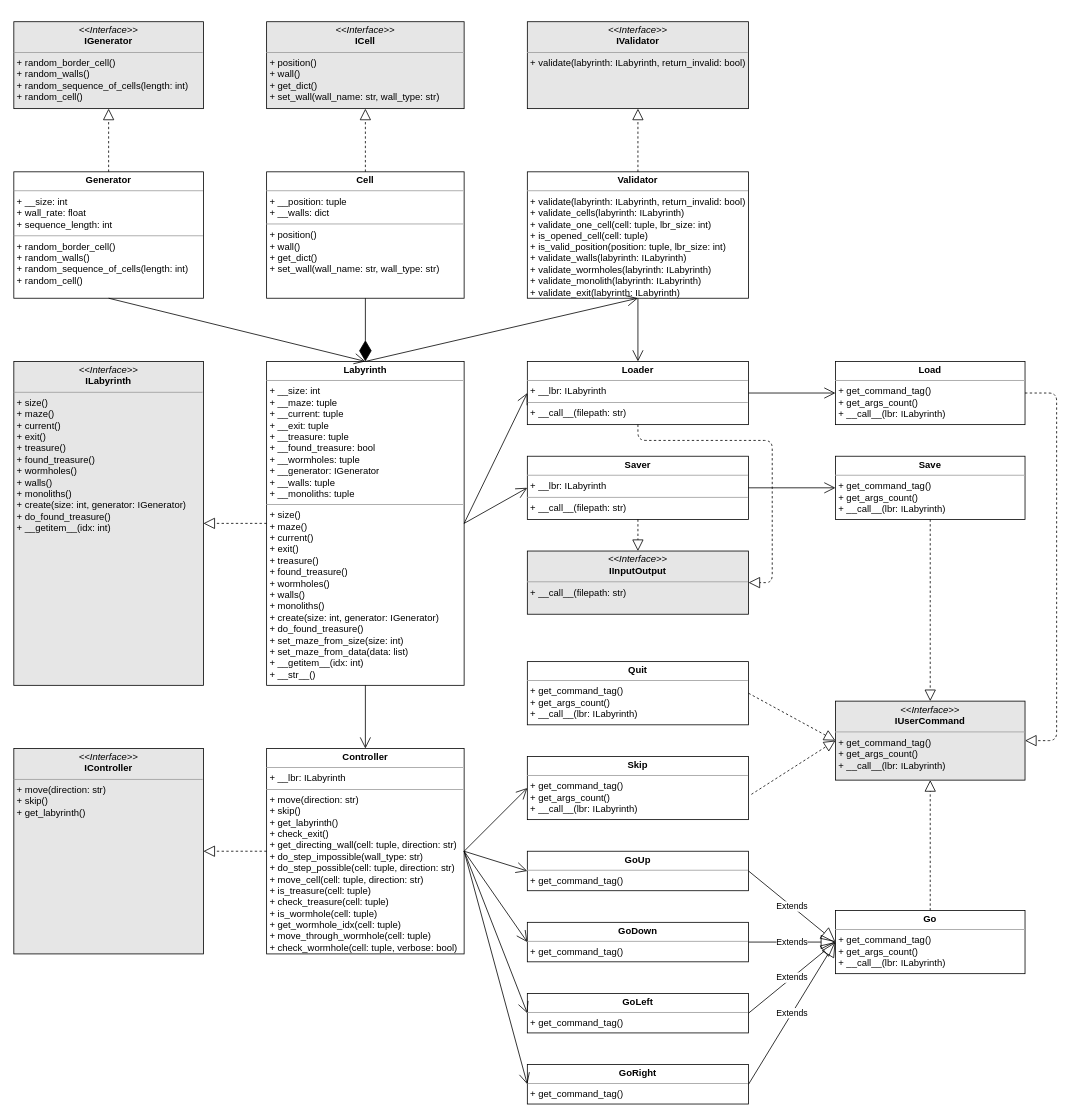
The draw.io diagram Labyrinth/artifacts/Labyrinth_Class_Diagram.drawio in khueluu/SE, before the edit. Source tidied: cells renumbered, new cells numbered last; positions are measured from the earlier drawing's top-left corner, leaving out a move shared by most shapes. Both pictures are drawn from the tidied source at 79%, with x=0, y=0 at pixel (13, 21).
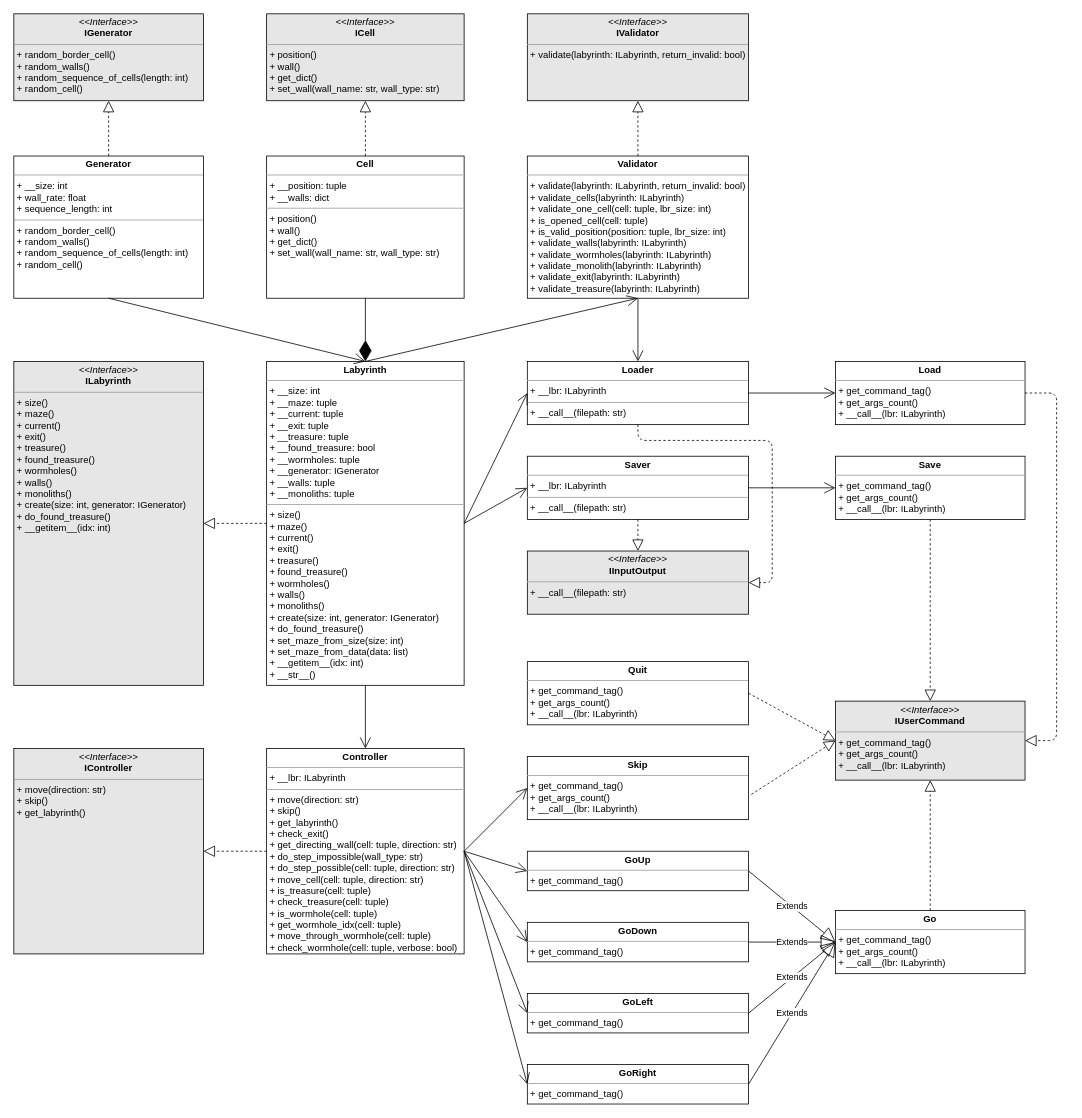
The same page after the edit.

Commit message (it also covers changes not shown here):
add validate_treasure() to Validator

Diff of the diagram source:
```diff
@@
     <mxCell id="2" value="&lt;p style=&quot;margin: 0px ; margin-top: 4px ; text-align: center&quot;&gt;&lt;b&gt;Cell&lt;/b&gt;&lt;/p&gt;&lt;hr size=&quot;1&quot;&gt;&lt;p style=&quot;margin: 0px ; margin-left: 4px&quot;&gt;+ __position: tuple&lt;/p&gt;&lt;p style=&quot;margin: 0px ; margin-left: 4px&quot;&gt;+ __walls: dict&lt;/p&gt;&lt;hr size=&quot;1&quot;&gt;&lt;p style=&quot;margin: 0px ; margin-left: 4px&quot;&gt;+ position()&lt;/p&gt;&lt;p style=&quot;margin: 0px ; margin-left: 4px&quot;&gt;+ wall()&lt;/p&gt;&lt;p style=&quot;margin: 0px ; margin-left: 4px&quot;&gt;+ get_dict()&lt;/p&gt;&lt;p style=&quot;margin: 0px ; margin-left: 4px&quot;&gt;+ set_wall(wall_name: str, wall_type: str)&lt;/p&gt;" style="verticalAlign=top;align=left;overflow=fill;fontSize=12;fontFamily=Helvetica;html=1;" parent="1" vertex="1">
-      <mxGeometry x="320" y="190" width="250" height="160" as="geometry" />
+      <mxGeometry x="320" y="170" width="250" height="180" as="geometry" />
     </mxCell>
@@
     <mxCell id="4" value="&lt;p style=&quot;margin: 0px ; margin-top: 4px ; text-align: center&quot;&gt;&lt;i&gt;&amp;lt;&amp;lt;Interface&amp;gt;&amp;gt;&lt;/i&gt;&lt;br&gt;&lt;b&gt;ICell&lt;/b&gt;&lt;/p&gt;&lt;hr size=&quot;1&quot;&gt;&lt;p style=&quot;margin: 0px 0px 0px 4px&quot;&gt;&lt;span&gt;+ position()&lt;/span&gt;&lt;br&gt;&lt;/p&gt;&lt;p style=&quot;margin: 0px 0px 0px 4px&quot;&gt;+ wall()&lt;/p&gt;&lt;p style=&quot;margin: 0px 0px 0px 4px&quot;&gt;+ get_dict()&lt;/p&gt;&lt;p style=&quot;margin: 0px 0px 0px 4px&quot;&gt;+ set_wall(wall_name: str, wall_type: str)&lt;/p&gt;" style="verticalAlign=top;align=left;overflow=fill;fontSize=12;fontFamily=Helvetica;html=1;fillColor=#E6E6E6;" parent="1" vertex="1">
-      <mxGeometry x="320" width="250" height="110" as="geometry" />
+      <mxGeometry x="320" y="-10" width="250" height="110" as="geometry" />
     </mxCell>
@@
     <mxCell id="6" value="&lt;p style=&quot;margin: 0px ; margin-top: 4px ; text-align: center&quot;&gt;&lt;i&gt;&amp;lt;&amp;lt;Interface&amp;gt;&amp;gt;&lt;/i&gt;&lt;br&gt;&lt;b&gt;IGenerator&lt;/b&gt;&lt;/p&gt;&lt;hr size=&quot;1&quot;&gt;&lt;p style=&quot;margin: 0px 0px 0px 4px&quot;&gt;&lt;span&gt;+ random_border_cell()&lt;/span&gt;&lt;br&gt;&lt;/p&gt;&lt;p style=&quot;margin: 0px 0px 0px 4px&quot;&gt;+ random_walls()&lt;/p&gt;&lt;p style=&quot;margin: 0px 0px 0px 4px&quot;&gt;+ random_sequence_of_cells(length: int)&lt;/p&gt;&lt;p style=&quot;margin: 0px 0px 0px 4px&quot;&gt;+ random_cell()&lt;/p&gt;" style="verticalAlign=top;align=left;overflow=fill;fontSize=12;fontFamily=Helvetica;html=1;fillColor=#E6E6E6;" parent="1" vertex="1">
-      <mxGeometry width="240" height="110" as="geometry" />
+      <mxGeometry y="-10" width="240" height="110" as="geometry" />
     </mxCell>
     <mxCell id="7" value="&lt;p style=&quot;margin: 0px ; margin-top: 4px ; text-align: center&quot;&gt;&lt;b&gt;Generator&lt;/b&gt;&lt;/p&gt;&lt;hr size=&quot;1&quot;&gt;&lt;p style=&quot;margin: 0px ; margin-left: 4px&quot;&gt;+ __size: int&lt;/p&gt;&lt;p style=&quot;margin: 0px ; margin-left: 4px&quot;&gt;+ wall_rate: float&lt;/p&gt;&lt;p style=&quot;margin: 0px ; margin-left: 4px&quot;&gt;+ sequence_length: int&lt;/p&gt;&lt;hr size=&quot;1&quot;&gt;&lt;p style=&quot;margin: 0px 0px 0px 4px&quot;&gt;+ random_border_cell()&lt;br&gt;&lt;/p&gt;&lt;p style=&quot;margin: 0px 0px 0px 4px&quot;&gt;+ random_walls()&lt;/p&gt;&lt;p style=&quot;margin: 0px 0px 0px 4px&quot;&gt;+ random_sequence_of_cells(length: int)&lt;/p&gt;&lt;p style=&quot;margin: 0px 0px 0px 4px&quot;&gt;+ random_cell()&lt;/p&gt;" style="verticalAlign=top;align=left;overflow=fill;fontSize=12;fontFamily=Helvetica;html=1;" parent="1" vertex="1">
-      <mxGeometry y="190" width="240" height="160" as="geometry" />
+      <mxGeometry y="170" width="240" height="180" as="geometry" />
     </mxCell>
     <mxCell id="8" value="&lt;p style=&quot;margin: 0px ; margin-top: 4px ; text-align: center&quot;&gt;&lt;i&gt;&amp;lt;&amp;lt;Interface&amp;gt;&amp;gt;&lt;/i&gt;&lt;br&gt;&lt;b&gt;IValidator&lt;/b&gt;&lt;/p&gt;&lt;hr size=&quot;1&quot;&gt;&lt;p style=&quot;margin: 0px 0px 0px 4px&quot;&gt;&lt;span&gt;+ validate(labyrinth: ILabyrinth, return_invalid: bool)&lt;/span&gt;&lt;/p&gt;" style="verticalAlign=top;align=left;overflow=fill;fontSize=12;fontFamily=Helvetica;html=1;fillColor=#E6E6E6;" parent="1" vertex="1">
-      <mxGeometry x="650" width="280" height="110" as="geometry" />
+      <mxGeometry x="650" y="-10" width="280" height="110" as="geometry" />
     </mxCell>
-    <mxCell id="9" value="&lt;p style=&quot;margin: 0px ; margin-top: 4px ; text-align: center&quot;&gt;&lt;b&gt;Validator&lt;/b&gt;&lt;/p&gt;&lt;hr size=&quot;1&quot;&gt;&lt;p style=&quot;margin: 0px ; margin-left: 4px&quot;&gt;+ validate(labyrinth: ILabyrinth, return_invalid: bool)&lt;br&gt;&lt;/p&gt;&lt;p style=&quot;margin: 0px ; margin-left: 4px&quot;&gt;+ validate_cells(labyrinth: ILabyrinth)&lt;/p&gt;&lt;p style=&quot;margin: 0px ; margin-left: 4px&quot;&gt;+ validate_one_cell(cell: tuple, lbr_size: int)&lt;br&gt;&lt;/p&gt;&lt;p style=&quot;margin: 0px ; margin-left: 4px&quot;&gt;+ is_opened_cell(cell: tuple)&lt;/p&gt;&lt;p style=&quot;margin: 0px ; margin-left: 4px&quot;&gt;+ is_valid_position(position: tuple, lbr_size: int)&lt;/p&gt;&lt;p style=&quot;margin: 0px ; margin-left: 4px&quot;&gt;+ validate_walls(labyrinth: ILabyrinth)&lt;/p&gt;&lt;p style=&quot;margin: 0px ; margin-left: 4px&quot;&gt;+ validate_wormholes(labyrinth: ILabyrinth)&lt;/p&gt;&lt;p style=&quot;margin: 0px ; margin-left: 4px&quot;&gt;+ validate_monolith(labyrinth: ILabyrinth)&lt;/p&gt;&lt;p style=&quot;margin: 0px ; margin-left: 4px&quot;&gt;+ validate_exit(labyrinth: ILabyrinth)&lt;/p&gt;" style="verticalAlign=top;align=left;overflow=fill;fontSize=12;fontFamily=Helvetica;html=1;" parent="1" vertex="1">
-      <mxGeometry x="650" y="190" width="280" height="160" as="geometry" />
+    <mxCell id="9" value="&lt;p style=&quot;margin: 0px ; margin-top: 4px ; text-align: center&quot;&gt;&lt;b&gt;Validator&lt;/b&gt;&lt;/p&gt;&lt;hr size=&quot;1&quot;&gt;&lt;p style=&quot;margin: 0px ; margin-left: 4px&quot;&gt;+ validate(labyrinth: ILabyrinth, return_invalid: bool)&lt;br&gt;&lt;/p&gt;&lt;p style=&quot;margin: 0px ; margin-left: 4px&quot;&gt;+ validate_cells(labyrinth: ILabyrinth)&lt;/p&gt;&lt;p style=&quot;margin: 0px ; margin-left: 4px&quot;&gt;+ validate_one_cell(cell: tuple, lbr_size: int)&lt;br&gt;&lt;/p&gt;&lt;p style=&quot;margin: 0px ; margin-left: 4px&quot;&gt;+ is_opened_cell(cell: tuple)&lt;/p&gt;&lt;p style=&quot;margin: 0px ; margin-left: 4px&quot;&gt;+ is_valid_position(position: tuple, lbr_size: int)&lt;/p&gt;&lt;p style=&quot;margin: 0px ; margin-left: 4px&quot;&gt;+ validate_walls(labyrinth: ILabyrinth)&lt;/p&gt;&lt;p style=&quot;margin: 0px ; margin-left: 4px&quot;&gt;+ validate_wormholes(labyrinth: ILabyrinth)&lt;/p&gt;&lt;p style=&quot;margin: 0px ; margin-left: 4px&quot;&gt;+ validate_monolith(labyrinth: ILabyrinth)&lt;/p&gt;&lt;p style=&quot;margin: 0px ; margin-left: 4px&quot;&gt;+ validate_exit(labyrinth: ILabyrinth)&lt;/p&gt;&lt;p style=&quot;margin: 0px ; margin-left: 4px&quot;&gt;+&amp;nbsp;validate_treasure(labyrinth: ILabyrinth)&lt;/p&gt;" style="verticalAlign=top;align=left;overflow=fill;fontSize=12;fontFamily=Helvetica;html=1;" parent="1" vertex="1">
+      <mxGeometry x="650" y="170" width="280" height="180" as="geometry" />
     </mxCell>
```
